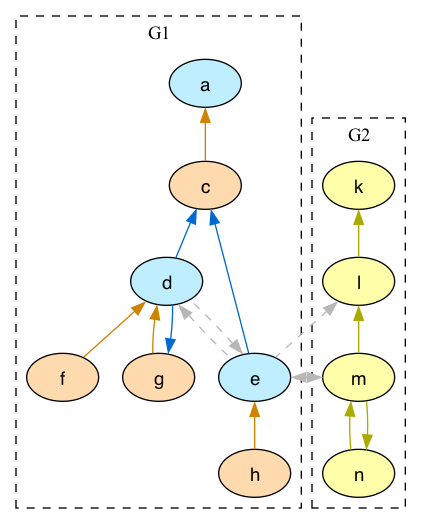
Earlier version of the Graphviz export lib/graphs/arg_graph_colored.png (idaks/Games-and-Argumentation). Its source is kept beside it as lib/graphs/arg_graph_colored.dot.
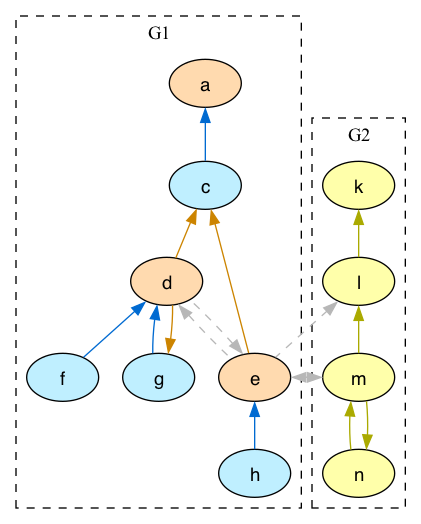
The same diagram one commit later.

Commit message:
fix arg schema

The edit, as a diff of the source:
```diff
@@ -2,14 +2,14 @@
   node [shape=oval style=filled fontname=Helvetica fontsize=14]
   subgraph cluster_g1{
   label = "G1"; color = black; style ="dashed";
-    node [fillcolor="#bfefff" fontcolor="#000000"] a d e;
-    node [fillcolor="#ffdaaf" fontcolor="#000000"] c f g h;
+    node [fillcolor="#ffdaaf" fontcolor="#000000"] a d e;
+    node [fillcolor="#bfefff" fontcolor="#000000"] c f g h;
   }
   subgraph cluster_g2{
   label = "G2"; color = black; style ="dashed";
     node [fillcolor="#FFFFAA" fontcolor="#000000"] k l m n;
   }
-  edge [dir=back, color="#cc8400", style="solid"]
+  edge [dir=back, color="#006ad1", style="solid"]
         "a" -> "c";
         "d" -> "f";
         "d" -> "g";
@@ -19,7 +19,7 @@
         "l" -> "m";
         "m" -> "n";
         "n" -> "m";
-  edge [dir=back, color="#006ad1", style="solid"]
+  edge [dir=back, color="#cc8400", style="solid"]
         "c" -> "d";
         "c" -> "e";
         "g" -> "d";
```
